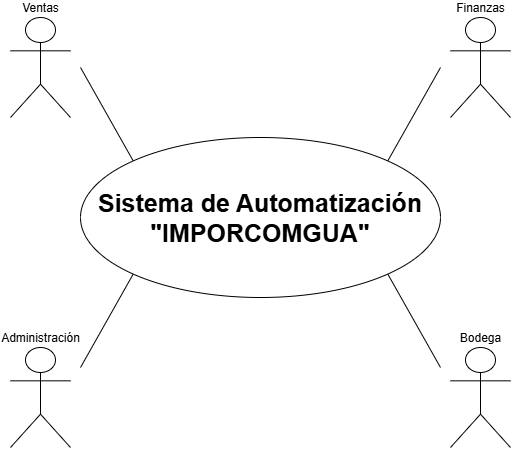
The draw.io diagram docs/assets/cdu/CDU-ALTO-NIVEL.png in LuisCif-20/AYD2_V1S2025_PROYECTO_G9, before a commit. Source tidied: cells renumbered, new cells last; positions are measured from the earlier drawing's top-left corner, leaving out a move shared by most shapes.
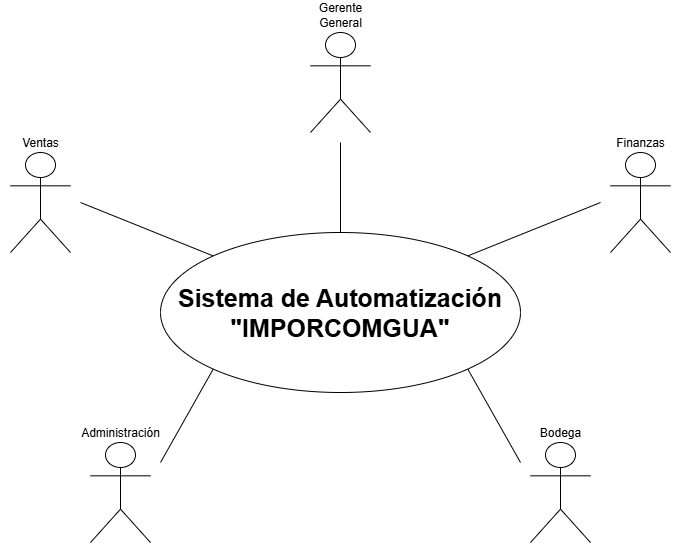
After the change.

Diff of the diagram source:
```diff
@@ -6,19 +6,19 @@
       <mxGeometry x="80" y="130" width="360" height="160" as="geometry" />
     </mxCell>
     <mxCell id="3" style="rounded=0;whiteSpace=wrap;html=1;fillColor=none;strokeColor=none;" parent="1" vertex="1">
-      <mxGeometry width="80" height="120" as="geometry" />
+      <mxGeometry x="-80" y="40" width="80" height="120" as="geometry" />
     </mxCell>
     <mxCell id="4" value="Ventas" style="shape=umlActor;verticalLabelPosition=top;verticalAlign=bottom;html=1;labelPosition=center;align=center;" parent="1" vertex="1">
-      <mxGeometry x="10" y="10" width="60" height="100" as="geometry" />
+      <mxGeometry x="-70" y="50" width="60" height="100" as="geometry" />
     </mxCell>
     <mxCell id="5" style="endArrow=none;html=1;rounded=0;exitX=0;exitY=0;exitDx=0;exitDy=0;entryX=1;entryY=0.5;entryDx=0;entryDy=0;" parent="1" edge="1" source="2" target="3">
       <mxGeometry relative="1" as="geometry" />
     </mxCell>
     <mxCell id="6" style="rounded=0;whiteSpace=wrap;html=1;fillColor=none;strokeColor=none;" parent="1" vertex="1">
-      <mxGeometry x="440" width="80" height="120" as="geometry" />
+      <mxGeometry x="520" y="40" width="80" height="120" as="geometry" />
     </mxCell>
     <mxCell id="7" value="Finanzas" style="shape=umlActor;verticalLabelPosition=top;verticalAlign=bottom;html=1;labelPosition=center;align=center;" parent="1" vertex="1">
-      <mxGeometry x="450" y="10" width="60" height="100" as="geometry" />
+      <mxGeometry x="530" y="50" width="60" height="100" as="geometry" />
     </mxCell>
     <mxCell id="8" style="endArrow=none;html=1;rounded=0;exitX=0;exitY=0.5;exitDx=0;exitDy=0;entryX=1;entryY=0;entryDx=0;entryDy=0;" parent="1" edge="1" source="6" target="2">
       <mxGeometry relative="1" as="geometry" />
@@ -41,5 +41,14 @@
     <mxCell id="14" style="endArrow=none;html=1;rounded=0;exitX=1;exitY=1;exitDx=0;exitDy=0;entryX=0;entryY=0.25;entryDx=0;entryDy=0;" parent="1" edge="1" source="2" target="12">
       <mxGeometry relative="1" as="geometry" />
     </mxCell>
+    <mxCell id="15" style="endArrow=none;html=1;rounded=0;exitX=0.5;exitY=0;exitDx=0;exitDy=0;entryX=0.5;entryY=1;entryDx=0;entryDy=0;" parent="1" edge="1" source="2" target="16">
+      <mxGeometry relative="1" as="geometry" />
+    </mxCell>
+    <mxCell id="16" style="rounded=0;whiteSpace=wrap;html=1;fillColor=none;strokeColor=none;" parent="1" vertex="1">
+      <mxGeometry x="220" y="-80" width="80" height="120" as="geometry" />
+    </mxCell>
+    <mxCell id="17" value="Gerente&lt;div&gt;General&lt;/div&gt;" style="shape=umlActor;verticalLabelPosition=top;verticalAlign=bottom;html=1;labelPosition=center;align=center;" parent="1" vertex="1">
+      <mxGeometry x="230" y="-70" width="60" height="100" as="geometry" />
+    </mxCell>
   </root>
 </mxGraphModel>
```
